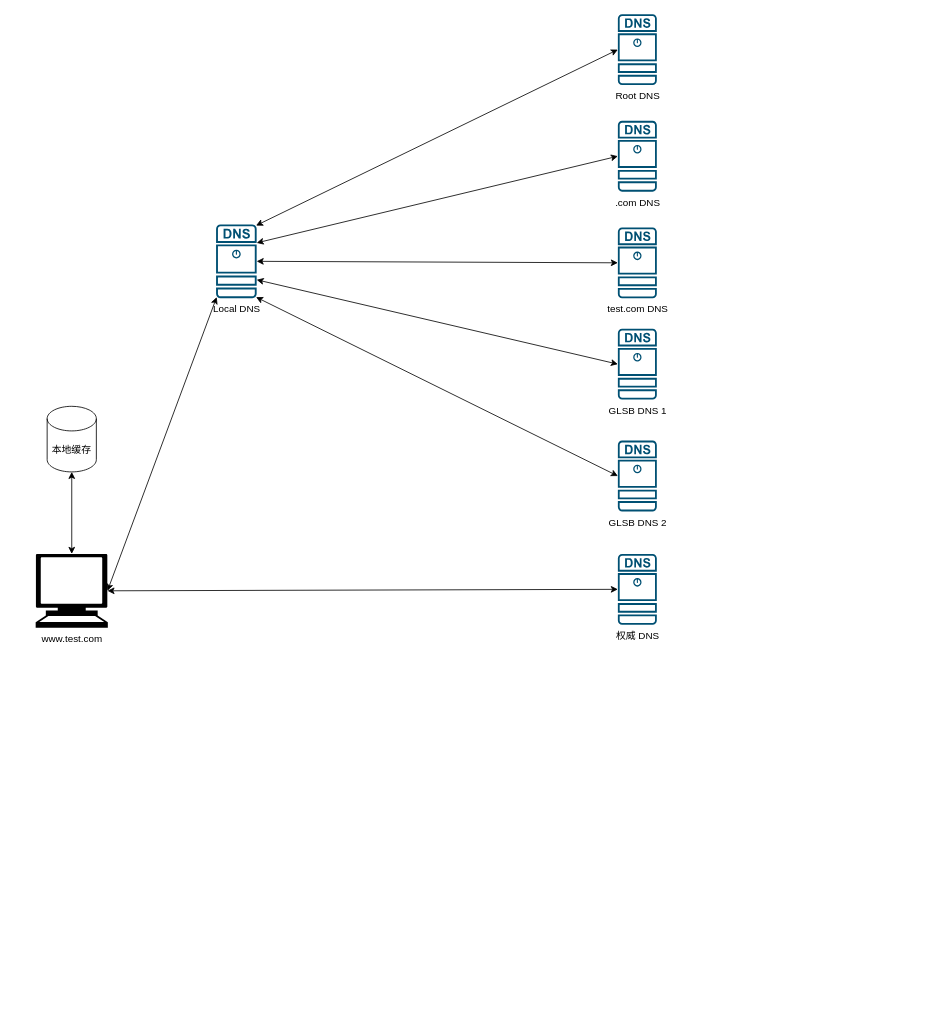
The draw.io diagram page "DNS递归" (2 of 2) of _dns/dns.drawio in Zhouchaowen/Hawkeye, before the edit. Source tidied: cells renumbered, new cells numbered last; positions are measured from the earlier drawing's top-left corner, leaving out a move shared by most shapes. Both pictures are drawn from the tidied source at 82%, with x=0, y=0 at pixel (35, 14).
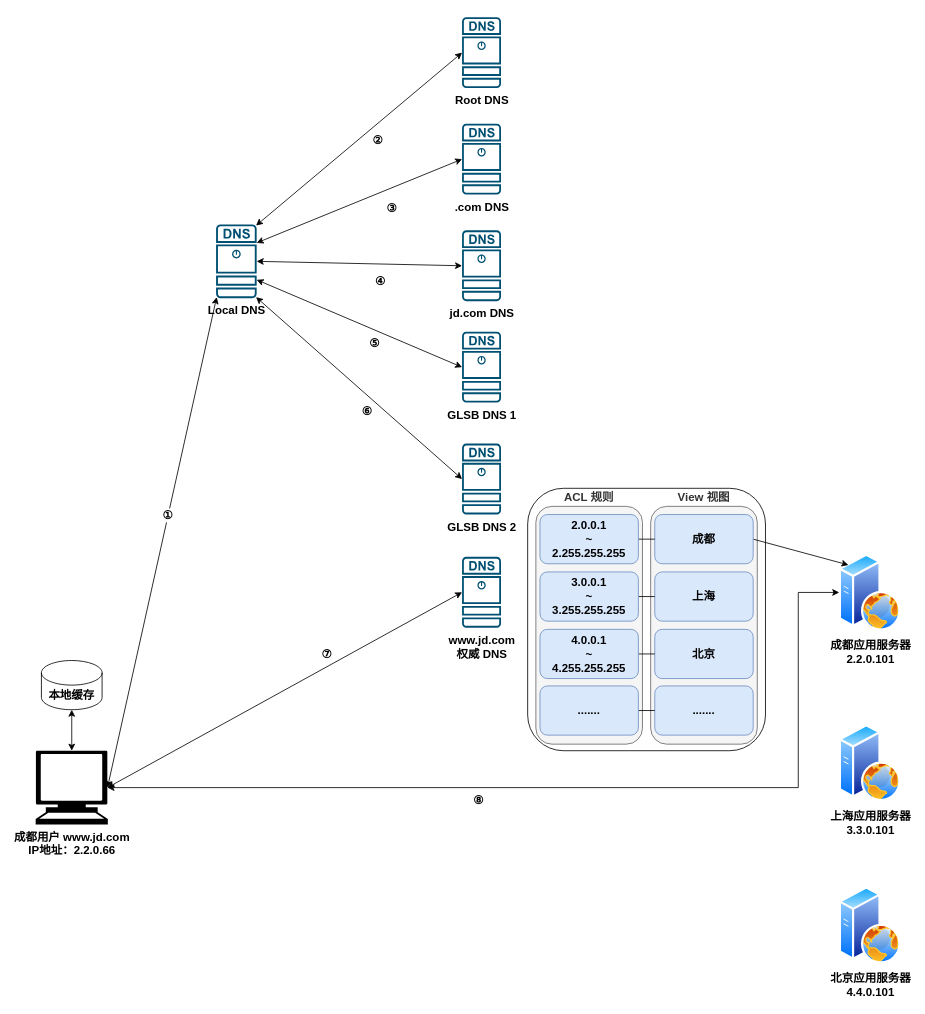
The same diagram, later.

Commit message (it also covers changes not shown here):
add information to dns

The edit, as a diff of the source:
```diff
@@
+    <mxCell id="19" style="rounded=1;whiteSpace=wrap;html=1;fontSize=14;" parent="1" vertex="1">
+      <mxGeometry x="600" y="578" width="290" height="320" as="geometry" />
+    </mxCell>
-    <mxCell id="2" style="edgeStyle=none;rounded=0;jettySize=auto;html=1;exitX=0.985;exitY=0.015;exitDx=0;exitDy=0;exitPerimeter=0;entryX=0;entryY=0.5;entryDx=0;entryDy=0;entryPerimeter=0;startArrow=classic;startFill=1;" parent="1" edge="1" source="7" target="12">
+    <mxCell id="2" style="edgeStyle=none;rounded=0;jettySize=auto;html=1;exitX=0.985;exitY=0.015;exitDx=0;exitDy=0;exitPerimeter=0;entryX=0;entryY=0.5;entryDx=0;entryDy=0;entryPerimeter=0;startArrow=classic;startFill=1;fontStyle=1;fontSize=14;" parent="1" edge="1" source="7" target="12">
       <mxGeometry relative="1" as="geometry" />
     </mxCell>
-    <mxCell id="3" style="edgeStyle=none;rounded=0;jettySize=auto;html=1;exitX=1;exitY=0.25;exitDx=0;exitDy=0;exitPerimeter=0;entryX=0;entryY=0.5;entryDx=0;entryDy=0;entryPerimeter=0;startArrow=classic;startFill=1;" parent="1" edge="1" source="7" target="14">
+    <mxCell id="3" style="edgeStyle=none;rounded=0;jettySize=auto;html=1;exitX=1;exitY=0.25;exitDx=0;exitDy=0;exitPerimeter=0;entryX=0;entryY=0.5;entryDx=0;entryDy=0;entryPerimeter=0;startArrow=classic;startFill=1;fontStyle=1;fontSize=14;" parent="1" edge="1" source="7" target="14">
       <mxGeometry relative="1" as="geometry" />
     </mxCell>
-    <mxCell id="4" style="edgeStyle=none;rounded=0;jettySize=auto;html=1;exitX=1;exitY=0.5;exitDx=0;exitDy=0;exitPerimeter=0;entryX=0;entryY=0.5;entryDx=0;entryDy=0;entryPerimeter=0;startArrow=classic;startFill=1;" parent="1" edge="1" source="7" target="15">
+    <mxCell id="4" style="edgeStyle=none;rounded=0;jettySize=auto;html=1;exitX=1;exitY=0.5;exitDx=0;exitDy=0;exitPerimeter=0;entryX=0;entryY=0.5;entryDx=0;entryDy=0;entryPerimeter=0;startArrow=classic;startFill=1;fontStyle=1;fontSize=14;" parent="1" edge="1" source="7" target="15">
       <mxGeometry relative="1" as="geometry" />
     </mxCell>
-    <mxCell id="5" style="edgeStyle=none;rounded=0;jettySize=auto;html=1;exitX=1;exitY=0.75;exitDx=0;exitDy=0;exitPerimeter=0;entryX=0;entryY=0.5;entryDx=0;entryDy=0;entryPerimeter=0;startArrow=classic;startFill=1;" parent="1" edge="1" source="7" target="16">
+    <mxCell id="5" style="edgeStyle=none;rounded=0;jettySize=auto;html=1;exitX=1;exitY=0.75;exitDx=0;exitDy=0;exitPerimeter=0;entryX=0;entryY=0.5;entryDx=0;entryDy=0;entryPerimeter=0;startArrow=classic;startFill=1;fontStyle=1;fontSize=14;" parent="1" edge="1" source="7" target="16">
       <mxGeometry relative="1" as="geometry" />
     </mxCell>
-    <mxCell id="6" style="edgeStyle=none;rounded=0;jettySize=auto;html=1;exitX=0.985;exitY=0.985;exitDx=0;exitDy=0;exitPerimeter=0;entryX=0;entryY=0.5;entryDx=0;entryDy=0;entryPerimeter=0;startArrow=classic;startFill=1;" parent="1" edge="1" source="7" target="17">
+    <mxCell id="6" style="edgeStyle=none;rounded=0;jettySize=auto;html=1;exitX=0.985;exitY=0.985;exitDx=0;exitDy=0;exitPerimeter=0;entryX=0;entryY=0.5;entryDx=0;entryDy=0;entryPerimeter=0;startArrow=classic;startFill=1;fontStyle=1;fontSize=14;" parent="1" edge="1" source="7" target="17">
       <mxGeometry relative="1" as="geometry" />
     </mxCell>
-    <mxCell id="7" value="Local DNS" style="points=[[0.015,0.015,0],[0.985,0.015,0],[0.985,0.985,0],[0.015,0.985,0],[0.25,0,0],[0.5,0,0],[0.75,0,0],[1,0.25,0],[1,0.5,0],[1,0.75,0],[0.75,1,0],[0.5,1,0],[0.25,1,0],[0,0.75,0],[0,0.5,0],[0,0.25,0]];verticalLabelPosition=bottom;html=1;verticalAlign=top;align=center;shape=mxgraph.cisco19.dns_server;fillColor=#005073;strokeColor=none;" parent="1" vertex="1">
+    <mxCell id="7" value="Local DNS" style="points=[[0.015,0.015,0],[0.985,0.015,0],[0.985,0.985,0],[0.015,0.985,0],[0.25,0,0],[0.5,0,0],[0.75,0,0],[1,0.25,0],[1,0.5,0],[1,0.75,0],[0.75,1,0],[0.5,1,0],[0.25,1,0],[0,0.75,0],[0,0.5,0],[0,0.25,0]];verticalLabelPosition=bottom;html=1;verticalAlign=top;align=center;shape=mxgraph.cisco19.dns_server;fillColor=#005073;strokeColor=none;fontStyle=1;fontSize=14;" parent="1" vertex="1">
       <mxGeometry x="220" y="256.2" width="49.5" height="90" as="geometry" />
     </mxCell>
-    <mxCell id="8" style="edgeStyle=none;rounded=0;jettySize=auto;html=1;exitX=0.995;exitY=0.5;exitDx=0;exitDy=0;exitPerimeter=0;entryX=0.015;entryY=0.985;entryDx=0;entryDy=0;entryPerimeter=0;startArrow=classic;startFill=1;" parent="1" edge="1" source="11" target="7">
+    <mxCell id="8" style="edgeStyle=none;rounded=0;jettySize=auto;html=1;exitX=0.995;exitY=0.5;exitDx=0;exitDy=0;exitPerimeter=0;entryX=0.015;entryY=0.985;entryDx=0;entryDy=0;entryPerimeter=0;startArrow=classic;startFill=1;fontStyle=1;fontSize=14;" parent="1" edge="1" source="11" target="7">
       <mxGeometry relative="1" as="geometry" />
     </mxCell>
+    <mxCell id="20" value="&lt;b&gt;①&lt;/b&gt;" style="text;html=1;align=center;verticalAlign=middle;labelBackgroundColor=#ffffff;fontSize=14;" parent="8" vertex="1">
+      <mxGeometry x="0.11" y="1" relative="1" as="geometry" />
+    </mxCell>
-    <mxCell id="9" style="edgeStyle=none;rounded=0;jettySize=auto;html=1;exitX=0.5;exitY=0;exitDx=0;exitDy=0;exitPerimeter=0;entryX=0.5;entryY=1;entryDx=0;entryDy=0;entryPerimeter=0;startArrow=classic;startFill=1;" parent="1" edge="1" source="11" target="13">
+    <mxCell id="9" style="edgeStyle=none;rounded=0;jettySize=auto;html=1;exitX=0.5;exitY=0;exitDx=0;exitDy=0;exitPerimeter=0;entryX=0.5;entryY=1;entryDx=0;entryDy=0;entryPerimeter=0;startArrow=classic;startFill=1;fontStyle=1;fontSize=14;" parent="1" edge="1" source="11" target="13">
       <mxGeometry relative="1" as="geometry" />
     </mxCell>
-    <mxCell id="10" style="edgeStyle=none;rounded=0;jettySize=auto;html=1;exitX=0.995;exitY=0.5;exitDx=0;exitDy=0;exitPerimeter=0;entryX=0;entryY=0.5;entryDx=0;entryDy=0;entryPerimeter=0;startArrow=classic;startFill=1;" parent="1" edge="1" source="11" target="18">
+    <mxCell id="10" style="edgeStyle=none;rounded=0;jettySize=auto;html=1;exitX=0.995;exitY=0.5;exitDx=0;exitDy=0;exitPerimeter=0;entryX=0;entryY=0.5;entryDx=0;entryDy=0;entryPerimeter=0;startArrow=classic;startFill=1;fontStyle=1;fontSize=14;" parent="1" edge="1" source="11" target="18">
       <mxGeometry relative="1" as="geometry" />
     </mxCell>
+    <mxCell id="21" style="edgeStyle=orthogonalEdgeStyle;rounded=0;jettySize=auto;html=1;exitX=0.995;exitY=0.5;exitDx=0;exitDy=0;exitPerimeter=0;endArrow=classic;endFill=1;fontSize=14;startArrow=classic;startFill=1;" parent="1" edge="1" source="11" target="22">
+      <mxGeometry relative="1" as="geometry">
+        <Array as="points">
+          <mxPoint x="930" y="943" />
+          <mxPoint x="930" y="705" />
+        </Array>
+      </mxGeometry>
+    </mxCell>
-    <mxCell id="11" value="www.test.com" style="shape=mxgraph.signs.tech.computer;html=1;fillColor=#000000;strokeColor=none;verticalLabelPosition=bottom;verticalAlign=top;align=center;" parent="1" vertex="1">
-      <mxGeometry y="658" width="88" height="90" as="geometry" />
+    <mxCell id="11" value="成都用户 www.jd.com&lt;br style=&quot;font-size: 14px;&quot;&gt;IP地址：2.2.0.66" style="shape=mxgraph.signs.tech.computer;html=1;fillColor=#000000;strokeColor=none;verticalLabelPosition=bottom;verticalAlign=top;align=center;fontStyle=1;fontSize=14;" parent="1" vertex="1">
+      <mxGeometry y="898" width="88" height="90" as="geometry" />
     </mxCell>
-    <mxCell id="12" value="Root DNS" style="points=[[0.015,0.015,0],[0.985,0.015,0],[0.985,0.985,0],[0.015,0.985,0],[0.25,0,0],[0.5,0,0],[0.75,0,0],[1,0.25,0],[1,0.5,0],[1,0.75,0],[0.75,1,0],[0.5,1,0],[0.25,1,0],[0,0.75,0],[0,0.5,0],[0,0.25,0]];verticalLabelPosition=bottom;html=1;verticalAlign=top;align=center;shape=mxgraph.cisco19.dns_server;fillColor=#005073;strokeColor=none;" parent="1" vertex="1">
-      <mxGeometry x="710" y="-0.2" width="47.5" height="86.4" as="geometry" />
+    <mxCell id="12" value="Root DNS" style="points=[[0.015,0.015,0],[0.985,0.015,0],[0.985,0.985,0],[0.015,0.985,0],[0.25,0,0],[0.5,0,0],[0.75,0,0],[1,0.25,0],[1,0.5,0],[1,0.75,0],[0.75,1,0],[0.5,1,0],[0.25,1,0],[0,0.75,0],[0,0.5,0],[0,0.25,0]];verticalLabelPosition=bottom;html=1;verticalAlign=top;align=center;shape=mxgraph.cisco19.dns_server;fillColor=#005073;strokeColor=none;fontStyle=1;fontSize=14;" parent="1" vertex="1">
+      <mxGeometry x="520" y="3.5" width="47.5" height="86.4" as="geometry" />
     </mxCell>
-    <mxCell id="13" value="本地缓存" style="shape=cylinder3;whiteSpace=wrap;html=1;boundedLbl=1;backgroundOutline=1;size=15;" parent="1" vertex="1">
-      <mxGeometry x="14" y="478" width="60" height="80" as="geometry" />
+    <mxCell id="13" value="本地缓存" style="shape=cylinder3;whiteSpace=wrap;html=1;boundedLbl=1;backgroundOutline=1;size=15;fontStyle=1;fontSize=14;" parent="1" vertex="1">
+      <mxGeometry x="7" y="788" width="74" height="60" as="geometry" />
     </mxCell>
-    <mxCell id="14" value=".com DNS" style="points=[[0.015,0.015,0],[0.985,0.015,0],[0.985,0.985,0],[0.015,0.985,0],[0.25,0,0],[0.5,0,0],[0.75,0,0],[1,0.25,0],[1,0.5,0],[1,0.75,0],[0.75,1,0],[0.5,1,0],[0.25,1,0],[0,0.75,0],[0,0.5,0],[0,0.25,0]];verticalLabelPosition=bottom;html=1;verticalAlign=top;align=center;shape=mxgraph.cisco19.dns_server;fillColor=#005073;strokeColor=none;" parent="1" vertex="1">
-      <mxGeometry x="710" y="129.8" width="47.5" height="86.4" as="geometry" />
+    <mxCell id="14" value=".com DNS" style="points=[[0.015,0.015,0],[0.985,0.015,0],[0.985,0.985,0],[0.015,0.985,0],[0.25,0,0],[0.5,0,0],[0.75,0,0],[1,0.25,0],[1,0.5,0],[1,0.75,0],[0.75,1,0],[0.5,1,0],[0.25,1,0],[0,0.75,0],[0,0.5,0],[0,0.25,0]];verticalLabelPosition=bottom;html=1;verticalAlign=top;align=center;shape=mxgraph.cisco19.dns_server;fillColor=#005073;strokeColor=none;fontStyle=1;fontSize=14;" parent="1" vertex="1">
+      <mxGeometry x="520" y="133.4" width="47.5" height="86.4" as="geometry" />
     </mxCell>
-    <mxCell id="15" value="test.com DNS" style="points=[[0.015,0.015,0],[0.985,0.015,0],[0.985,0.985,0],[0.015,0.985,0],[0.25,0,0],[0.5,0,0],[0.75,0,0],[1,0.25,0],[1,0.5,0],[1,0.75,0],[0.75,1,0],[0.5,1,0],[0.25,1,0],[0,0.75,0],[0,0.5,0],[0,0.25,0]];verticalLabelPosition=bottom;html=1;verticalAlign=top;align=center;shape=mxgraph.cisco19.dns_server;fillColor=#005073;strokeColor=none;" parent="1" vertex="1">
-      <mxGeometry x="710" y="259.8" width="47.5" height="86.4" as="geometry" />
+    <mxCell id="15" value="jd.com DNS" style="points=[[0.015,0.015,0],[0.985,0.015,0],[0.985,0.985,0],[0.015,0.985,0],[0.25,0,0],[0.5,0,0],[0.75,0,0],[1,0.25,0],[1,0.5,0],[1,0.75,0],[0.75,1,0],[0.5,1,0],[0.25,1,0],[0,0.75,0],[0,0.5,0],[0,0.25,0]];verticalLabelPosition=bottom;html=1;verticalAlign=top;align=center;shape=mxgraph.cisco19.dns_server;fillColor=#005073;strokeColor=none;fontStyle=1;fontSize=14;" parent="1" vertex="1">
+      <mxGeometry x="520" y="263.4" width="47.5" height="86.4" as="geometry" />
     </mxCell>
-    <mxCell id="16" value="GLSB DNS 1" style="points=[[0.015,0.015,0],[0.985,0.015,0],[0.985,0.985,0],[0.015,0.985,0],[0.25,0,0],[0.5,0,0],[0.75,0,0],[1,0.25,0],[1,0.5,0],[1,0.75,0],[0.75,1,0],[0.5,1,0],[0.25,1,0],[0,0.75,0],[0,0.5,0],[0,0.25,0]];verticalLabelPosition=bottom;html=1;verticalAlign=top;align=center;shape=mxgraph.cisco19.dns_server;fillColor=#005073;strokeColor=none;" parent="1" vertex="1">
-      <mxGeometry x="710" y="383.4" width="47.5" height="86.4" as="geometry" />
+    <mxCell id="16" value="GLSB DNS 1" style="points=[[0.015,0.015,0],[0.985,0.015,0],[0.985,0.985,0],[0.015,0.985,0],[0.25,0,0],[0.5,0,0],[0.75,0,0],[1,0.25,0],[1,0.5,0],[1,0.75,0],[0.75,1,0],[0.5,1,0],[0.25,1,0],[0,0.75,0],[0,0.5,0],[0,0.25,0]];verticalLabelPosition=bottom;html=1;verticalAlign=top;align=center;shape=mxgraph.cisco19.dns_server;fillColor=#005073;strokeColor=none;fontStyle=1;fontSize=14;" parent="1" vertex="1">
+      <mxGeometry x="520" y="387.1" width="47.5" height="86.4" as="geometry" />
     </mxCell>
-    <mxCell id="17" value="GLSB DNS 2" style="points=[[0.015,0.015,0],[0.985,0.015,0],[0.985,0.985,0],[0.015,0.985,0],[0.25,0,0],[0.5,0,0],[0.75,0,0],[1,0.25,0],[1,0.5,0],[1,0.75,0],[0.75,1,0],[0.5,1,0],[0.25,1,0],[0,0.75,0],[0,0.5,0],[0,0.25,0]];verticalLabelPosition=bottom;html=1;verticalAlign=top;align=center;shape=mxgraph.cisco19.dns_server;fillColor=#005073;strokeColor=none;" parent="1" vertex="1">
-      <mxGeometry x="710" y="519.8" width="47.5" height="86.4" as="geometry" />
+    <mxCell id="17" value="GLSB DNS 2" style="points=[[0.015,0.015,0],[0.985,0.015,0],[0.985,0.985,0],[0.015,0.985,0],[0.25,0,0],[0.5,0,0],[0.75,0,0],[1,0.25,0],[1,0.5,0],[1,0.75,0],[0.75,1,0],[0.5,1,0],[0.25,1,0],[0,0.75,0],[0,0.5,0],[0,0.25,0]];verticalLabelPosition=bottom;html=1;verticalAlign=top;align=center;shape=mxgraph.cisco19.dns_server;fillColor=#005073;strokeColor=none;fontStyle=1;fontSize=14;" parent="1" vertex="1">
+      <mxGeometry x="520" y="523.5" width="47.5" height="86.4" as="geometry" />
     </mxCell>
-    <mxCell id="18" value="权威 DNS" style="points=[[0.015,0.015,0],[0.985,0.015,0],[0.985,0.985,0],[0.015,0.985,0],[0.25,0,0],[0.5,0,0],[0.75,0,0],[1,0.25,0],[1,0.5,0],[1,0.75,0],[0.75,1,0],[0.5,1,0],[0.25,1,0],[0,0.75,0],[0,0.5,0],[0,0.25,0]];verticalLabelPosition=bottom;html=1;verticalAlign=top;align=center;shape=mxgraph.cisco19.dns_server;fillColor=#005073;strokeColor=none;" parent="1" vertex="1">
-      <mxGeometry x="710" y="658" width="47.5" height="86.4" as="geometry" />
+    <mxCell id="18" value="www.jd.com &lt;br&gt;权威 DNS" style="points=[[0.015,0.015,0],[0.985,0.015,0],[0.985,0.985,0],[0.015,0.985,0],[0.25,0,0],[0.5,0,0],[0.75,0,0],[1,0.25,0],[1,0.5,0],[1,0.75,0],[0.75,1,0],[0.5,1,0],[0.25,1,0],[0,0.75,0],[0,0.5,0],[0,0.25,0]];verticalLabelPosition=bottom;html=1;verticalAlign=top;align=center;shape=mxgraph.cisco19.dns_server;fillColor=#005073;strokeColor=none;fontStyle=1;fontSize=14;" parent="1" vertex="1">
+      <mxGeometry x="520" y="661.6" width="47.5" height="86.4" as="geometry" />
     </mxCell>
+    <mxCell id="22" value="成都应用服务器&lt;br style=&quot;font-size: 14px&quot;&gt;2.2.0.101" style="perimeter=ellipsePerimeter;html=1;align=center;shadow=0;dashed=0;spacingTop=3;image;image=img/lib/active_directory/web_server.svg;fontStyle=1;fontSize=14;" parent="1" vertex="1">
+      <mxGeometry x="980" y="658" width="75.2" height="94" as="geometry" />
+    </mxCell>
+    <mxCell id="23" value="上海应用服务器&lt;br style=&quot;font-size: 14px&quot;&gt;3.3.0.101" style="perimeter=ellipsePerimeter;html=1;align=center;shadow=0;dashed=0;spacingTop=3;image;image=img/lib/active_directory/web_server.svg;fontStyle=1;fontSize=14;" parent="1" vertex="1">
+      <mxGeometry x="980" y="866" width="75.2" height="94" as="geometry" />
+    </mxCell>
+    <mxCell id="24" value="北京应用服务器&lt;br style=&quot;font-size: 14px&quot;&gt;4.4.0.101" style="perimeter=ellipsePerimeter;html=1;align=center;shadow=0;dashed=0;spacingTop=3;image;image=img/lib/active_directory/web_server.svg;fontStyle=1;fontSize=14;" parent="1" vertex="1">
+      <mxGeometry x="980" y="1064" width="75.2" height="94" as="geometry" />
+    </mxCell>
+    <mxCell id="25" value="View 视图" style="rounded=1;whiteSpace=wrap;html=1;fillColor=#f5f5f5;strokeColor=#666666;fontColor=#333333;labelPosition=center;verticalLabelPosition=top;align=center;verticalAlign=bottom;fontStyle=1;fontSize=14;" parent="1" vertex="1">
+      <mxGeometry x="750" y="600" width="130" height="290" as="geometry" />
+    </mxCell>
+    <mxCell id="26" style="rounded=0;jettySize=auto;html=1;exitX=1;exitY=0.5;exitDx=0;exitDy=0;entryX=0;entryY=0;entryDx=0;entryDy=0;fontSize=14;" parent="1" edge="1" source="27" target="22">
+      <mxGeometry relative="1" as="geometry" />
+    </mxCell>
+    <mxCell id="27" value="成都" style="rounded=1;whiteSpace=wrap;html=1;fillColor=#dae8fc;strokeColor=#6c8ebf;fontStyle=1;fontSize=14;" parent="1" vertex="1">
+      <mxGeometry x="755" y="610" width="120" height="60" as="geometry" />
+    </mxCell>
+    <mxCell id="28" value="上海" style="rounded=1;whiteSpace=wrap;html=1;fillColor=#dae8fc;strokeColor=#6c8ebf;fontStyle=1;fontSize=14;" parent="1" vertex="1">
+      <mxGeometry x="755" y="680" width="120" height="60" as="geometry" />
+    </mxCell>
+    <mxCell id="29" value="北京" style="rounded=1;whiteSpace=wrap;html=1;fillColor=#dae8fc;strokeColor=#6c8ebf;fontStyle=1;fontSize=14;" parent="1" vertex="1">
+      <mxGeometry x="755" y="750" width="120" height="60" as="geometry" />
+    </mxCell>
+    <mxCell id="30" value="&lt;span style=&quot;white-space: normal&quot;&gt;.......&lt;/span&gt;" style="rounded=1;whiteSpace=wrap;html=1;fillColor=#dae8fc;strokeColor=#6c8ebf;fontStyle=1;fontSize=14;" parent="1" vertex="1">
+      <mxGeometry x="755" y="819" width="120" height="60" as="geometry" />
+    </mxCell>
+    <mxCell id="31" value="ACL 规则" style="rounded=1;whiteSpace=wrap;html=1;fillColor=#f5f5f5;strokeColor=#666666;fontColor=#333333;labelPosition=center;verticalLabelPosition=top;align=center;verticalAlign=bottom;fontStyle=1;fontSize=14;" parent="1" vertex="1">
+      <mxGeometry x="610" y="600" width="130" height="290" as="geometry" />
+    </mxCell>
+    <mxCell id="32" style="edgeStyle=none;rounded=0;jettySize=auto;html=1;exitX=1;exitY=0.5;exitDx=0;exitDy=0;fontSize=14;endArrow=none;endFill=0;" parent="1" edge="1" source="33" target="27">
+      <mxGeometry relative="1" as="geometry" />
+    </mxCell>
+    <mxCell id="33" value="2.0.0.1&lt;br&gt;~&lt;br&gt;2.255.255.255" style="rounded=1;whiteSpace=wrap;html=1;fillColor=#dae8fc;strokeColor=#6c8ebf;fontStyle=1;fontSize=14;" parent="1" vertex="1">
+      <mxGeometry x="615" y="610" width="120" height="60" as="geometry" />
+    </mxCell>
+    <mxCell id="34" style="edgeStyle=none;rounded=0;jettySize=auto;html=1;exitX=1;exitY=0.5;exitDx=0;exitDy=0;entryX=0;entryY=0.5;entryDx=0;entryDy=0;endArrow=none;endFill=0;fontSize=14;" parent="1" edge="1" source="35" target="28">
+      <mxGeometry relative="1" as="geometry" />
+    </mxCell>
+    <mxCell id="35" value="&lt;span style=&quot;white-space: normal&quot;&gt;3.0.0.1&lt;br&gt;&lt;/span&gt;~&lt;br style=&quot;white-space: normal&quot;&gt;&lt;span style=&quot;white-space: normal&quot;&gt;3.255.255.255&lt;/span&gt;" style="rounded=1;whiteSpace=wrap;html=1;fillColor=#dae8fc;strokeColor=#6c8ebf;fontStyle=1;fontSize=14;" parent="1" vertex="1">
+      <mxGeometry x="615" y="680" width="120" height="60" as="geometry" />
+    </mxCell>
+    <mxCell id="36" style="edgeStyle=none;rounded=0;jettySize=auto;html=1;exitX=1;exitY=0.5;exitDx=0;exitDy=0;endArrow=none;endFill=0;fontSize=14;" parent="1" edge="1" source="37" target="29">
+      <mxGeometry relative="1" as="geometry" />
+    </mxCell>
+    <mxCell id="37" value="&lt;span style=&quot;white-space: normal&quot;&gt;4.0.0.1&lt;br&gt;&lt;/span&gt;~&lt;br style=&quot;white-space: normal&quot;&gt;&lt;span style=&quot;white-space: normal&quot;&gt;4.255.255.255&lt;/span&gt;" style="rounded=1;whiteSpace=wrap;html=1;fillColor=#dae8fc;strokeColor=#6c8ebf;fontStyle=1;fontSize=14;" parent="1" vertex="1">
+      <mxGeometry x="615" y="750" width="120" height="60" as="geometry" />
+    </mxCell>
+    <mxCell id="38" style="edgeStyle=none;rounded=0;jettySize=auto;html=1;exitX=1;exitY=0.5;exitDx=0;exitDy=0;entryX=0;entryY=0.5;entryDx=0;entryDy=0;endArrow=none;endFill=0;fontSize=14;" parent="1" edge="1" source="39" target="30">
+      <mxGeometry relative="1" as="geometry" />
+    </mxCell>
+    <mxCell id="39" value="......." style="rounded=1;whiteSpace=wrap;html=1;fillColor=#dae8fc;strokeColor=#6c8ebf;fontStyle=1;fontSize=14;" parent="1" vertex="1">
+      <mxGeometry x="615" y="819" width="120" height="60" as="geometry" />
+    </mxCell>
+    <mxCell id="40" value="&lt;b&gt;②&lt;/b&gt;" style="text;html=1;align=center;verticalAlign=middle;fontSize=14;" parent="1" vertex="1">
+      <mxGeometry x="402" y="144" width="30" height="20" as="geometry" />
+    </mxCell>
+    <mxCell id="41" value="&lt;b&gt;③&lt;/b&gt;" style="text;html=1;align=center;verticalAlign=middle;fontSize=14;" parent="1" vertex="1">
+      <mxGeometry x="419" y="226" width="30" height="20" as="geometry" />
+    </mxCell>
+    <mxCell id="42" value="&lt;b&gt;④&lt;/b&gt;" style="text;html=1;align=center;verticalAlign=middle;fontSize=14;" parent="1" vertex="1">
+      <mxGeometry x="405" y="315" width="30" height="20" as="geometry" />
+    </mxCell>
+    <mxCell id="43" value="&lt;b&gt;⑤&lt;/b&gt;" style="text;html=1;align=center;verticalAlign=middle;fontSize=14;" parent="1" vertex="1">
+      <mxGeometry x="398" y="391" width="30" height="20" as="geometry" />
+    </mxCell>
+    <mxCell id="44" value="&lt;b&gt;⑥&lt;/b&gt;" style="text;html=1;align=center;verticalAlign=middle;fontSize=14;" parent="1" vertex="1">
+      <mxGeometry x="389" y="474" width="30" height="20" as="geometry" />
+    </mxCell>
+    <mxCell id="45" value="&lt;b&gt;⑦&lt;/b&gt;" style="text;html=1;align=center;verticalAlign=middle;fontSize=14;" parent="1" vertex="1">
+      <mxGeometry x="340" y="770" width="30" height="20" as="geometry" />
+    </mxCell>
+    <mxCell id="46" value="&lt;b&gt;⑧&lt;/b&gt;" style="text;html=1;align=center;verticalAlign=middle;fontSize=14;" parent="1" vertex="1">
+      <mxGeometry x="525" y="948" width="30" height="20" as="geometry" />
+    </mxCell>
```
